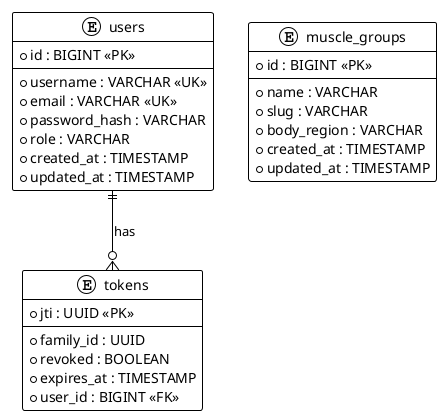
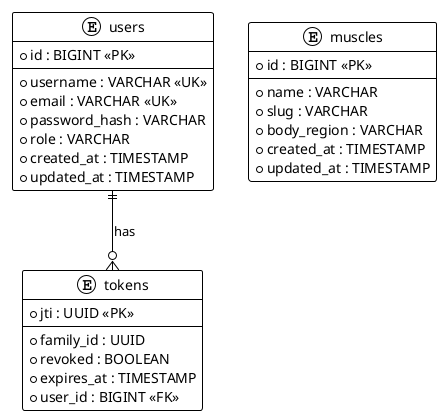
@startuml
!theme plain

entity "users" {
  * id : BIGINT <<PK>>
  --
  * username : VARCHAR <<UK>>
  * email : VARCHAR <<UK>>
  * password_hash : VARCHAR
  * role : VARCHAR
  * created_at : TIMESTAMP
  * updated_at : TIMESTAMP
}

entity "tokens" {
  * jti : UUID <<PK>>
  --
  * family_id : UUID
  * revoked : BOOLEAN
  * expires_at : TIMESTAMP
  * user_id : BIGINT <<FK>>
}

- entity "muscle_groups" {
+ entity "muscles" {
  * id : BIGINT <<PK>>
  --
  * name : VARCHAR
  * slug : VARCHAR
  * body_region : VARCHAR
  * created_at : TIMESTAMP
  * updated_at : TIMESTAMP
}

"users" ||--o{ "tokens" : "has"

@enduml
